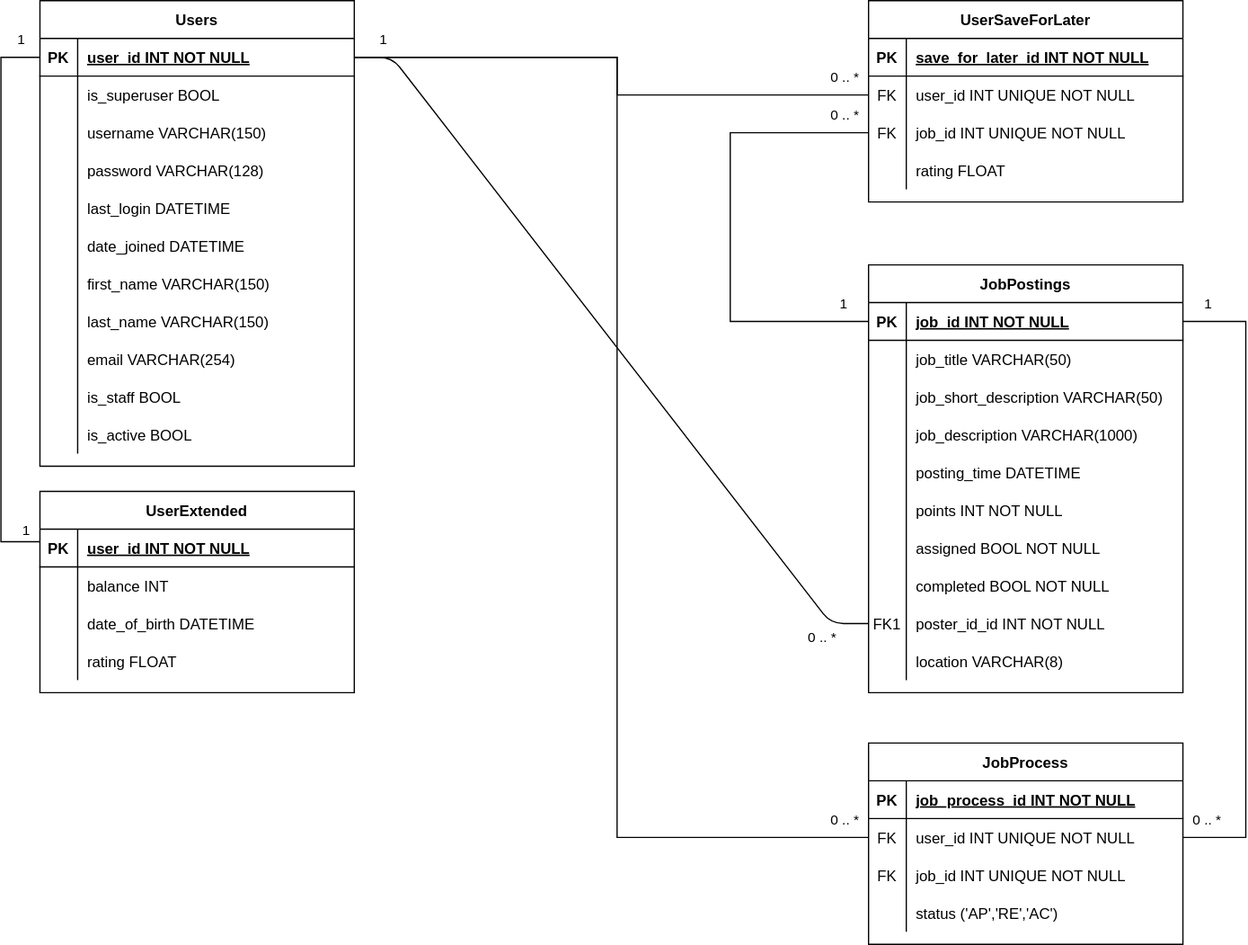
This is Aidoo_db.drawio.svg from o-brand/aidoo, a draw.io export, as it was before one commit. Source tidied: cells renumbered, new cells last; positions are measured from the earlier drawing's top-left corner, leaving out a move shared by most shapes.
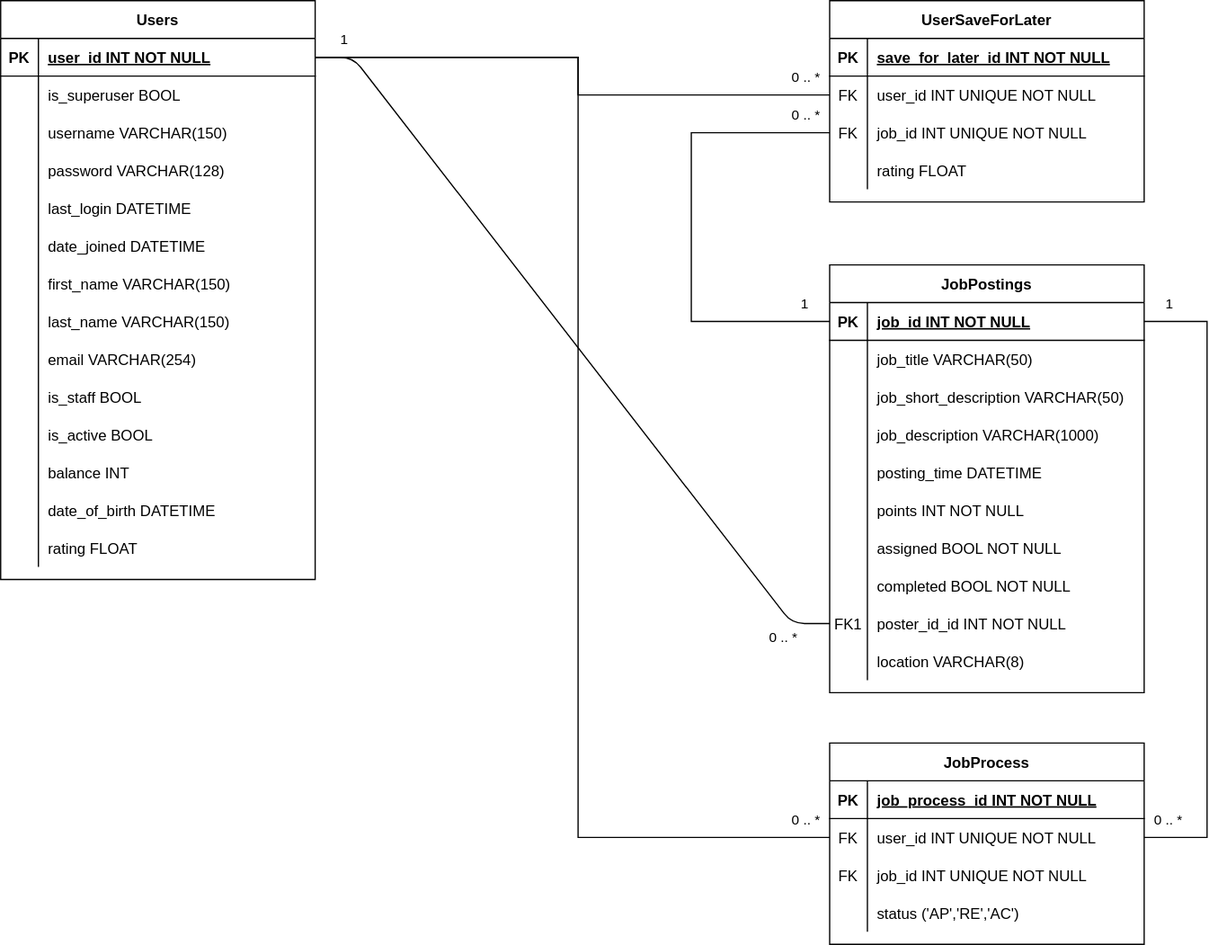
Above is the later version.

Commit message:
unified user table in UML

What changed in the source:
```diff
@@ -109,7 +109,7 @@
       <mxGeometry x="30" width="220" height="30" as="geometry" />
     </mxCell>
     <mxCell id="36" value="Users" style="shape=table;startSize=30;rowLines=0;fontStyle=1;align=center;" parent="1" vertex="1">
-      <mxGeometry x="31" width="250" height="370" as="geometry" />
+      <mxGeometry x="31" width="250" height="460" as="geometry" />
     </mxCell>
     <mxCell id="37" style="shape=partialRectangle;fillColor=none;points=[[0,0.5],[1,0.5]];portConstraint=eastwest;top=0;left=0;right=0;bottom=1;" parent="36" vertex="1">
       <mxGeometry y="30" width="250" height="30" as="geometry" />
@@ -210,20 +210,8 @@
     <mxCell id="69" value="is_active BOOL" style="shape=partialRectangle;overflow=hidden;fillColor=none;top=0;left=0;bottom=0;right=0;align=left;spacingLeft=6;" parent="67" vertex="1">
       <mxGeometry x="30" width="220" height="30" as="geometry" />
     </mxCell>
-    <mxCell id="70" value="UserExtended" style="shape=table;startSize=30;rowLines=0;fontStyle=1;align=center;" parent="1" vertex="1">
-      <mxGeometry x="31" y="390" width="250" height="160" as="geometry" />
-    </mxCell>
-    <mxCell id="71" style="shape=partialRectangle;fillColor=none;top=0;left=0;right=0;bottom=1;" parent="70" vertex="1">
-      <mxGeometry y="30" width="250" height="30" as="geometry" />
-    </mxCell>
-    <mxCell id="72" value="PK" style="shape=partialRectangle;overflow=hidden;fillColor=none;top=0;left=0;bottom=0;right=0;fontStyle=1;" parent="71" vertex="1">
-      <mxGeometry width="30" height="30" as="geometry" />
-    </mxCell>
-    <mxCell id="73" value="user_id INT NOT NULL " style="shape=partialRectangle;overflow=hidden;fillColor=none;top=0;left=0;bottom=0;right=0;align=left;spacingLeft=6;fontStyle=5;" parent="71" vertex="1">
-      <mxGeometry x="30" width="220" height="30" as="geometry" />
-    </mxCell>
-    <mxCell id="74" style="shape=partialRectangle;fillColor=none;top=0;left=0;right=0;bottom=0;" parent="70" vertex="1">
-      <mxGeometry y="60" width="250" height="30" as="geometry" />
+    <mxCell id="74" style="shape=partialRectangle;fillColor=none;top=0;left=0;right=0;bottom=0;" parent="36" vertex="1">
+      <mxGeometry y="360" width="250" height="30" as="geometry" />
     </mxCell>
     <mxCell id="75" style="shape=partialRectangle;overflow=hidden;fillColor=none;top=0;left=0;bottom=0;right=0;" parent="74" vertex="1">
       <mxGeometry width="30" height="30" as="geometry" />
@@ -231,8 +219,8 @@
     <mxCell id="76" value="balance INT" style="shape=partialRectangle;overflow=hidden;fillColor=none;top=0;left=0;bottom=0;right=0;align=left;spacingLeft=6;" parent="74" vertex="1">
       <mxGeometry x="30" width="220" height="30" as="geometry" />
     </mxCell>
-    <mxCell id="77" style="shape=partialRectangle;fillColor=none;top=0;left=0;right=0;bottom=0;" parent="70" vertex="1">
-      <mxGeometry y="90" width="250" height="30" as="geometry" />
+    <mxCell id="77" style="shape=partialRectangle;fillColor=none;top=0;left=0;right=0;bottom=0;" parent="36" vertex="1">
+      <mxGeometry y="390" width="250" height="30" as="geometry" />
     </mxCell>
     <mxCell id="78" style="shape=partialRectangle;overflow=hidden;fillColor=none;top=0;left=0;bottom=0;right=0;" parent="77" vertex="1">
       <mxGeometry width="30" height="30" as="geometry" />
@@ -240,8 +228,8 @@
     <mxCell id="79" value="date_of_birth DATETIME" style="shape=partialRectangle;overflow=hidden;fillColor=none;top=0;left=0;bottom=0;right=0;align=left;spacingLeft=6;" parent="77" vertex="1">
       <mxGeometry x="30" width="220" height="30" as="geometry" />
     </mxCell>
-    <mxCell id="80" style="shape=partialRectangle;fillColor=none;top=0;left=0;right=0;bottom=0;" parent="70" vertex="1">
-      <mxGeometry y="120" width="250" height="30" as="geometry" />
+    <mxCell id="80" style="shape=partialRectangle;fillColor=none;top=0;left=0;right=0;bottom=0;" parent="36" vertex="1">
+      <mxGeometry y="420" width="250" height="30" as="geometry" />
     </mxCell>
     <mxCell id="81" style="shape=partialRectangle;overflow=hidden;fillColor=none;top=0;left=0;bottom=0;right=0;" parent="80" vertex="1">
       <mxGeometry width="30" height="30" as="geometry" />
@@ -249,24 +237,6 @@
     <mxCell id="82" value="rating FLOAT" style="shape=partialRectangle;overflow=hidden;fillColor=none;top=0;left=0;bottom=0;right=0;align=left;spacingLeft=6;" parent="80" vertex="1">
       <mxGeometry x="30" width="220" height="30" as="geometry" />
     </mxCell>
-    <mxCell id="83" style="edgeStyle=orthogonalEdgeStyle;rounded=0;jettySize=auto;html=1;exitX=0;exitY=0.5;exitDx=0;exitDy=0;entryX=0;entryY=0.25;entryDx=0;entryDy=0;endArrow=none;endFill=0;" parent="1" edge="1" source="37" target="70">
-      <mxGeometry relative="1" as="geometry">
-        <Array as="points">
-          <mxPoint y="45" />
-          <mxPoint y="430" />
-        </Array>
-      </mxGeometry>
-    </mxCell>
-    <mxCell id="84" value="1" style="edgeLabel;html=1;align=center;verticalAlign=middle;" parent="83" vertex="1">
-      <mxGeometry x="-0.93" y="-1" relative="1" as="geometry">
-        <mxPoint y="-14" as="offset" />
-      </mxGeometry>
-    </mxCell>
-    <mxCell id="85" value="1" style="edgeLabel;html=1;align=center;verticalAlign=middle;" parent="83" vertex="1">
-      <mxGeometry x="0.95" y="-2" relative="1" as="geometry">
-        <mxPoint y="-12" as="offset" />
-      </mxGeometry>
-    </mxCell>
     <mxCell id="86" value="UserSaveForLater" style="shape=table;startSize=30;rowLines=0;fontStyle=1;align=center;" parent="1" vertex="1">
       <mxGeometry x="690" width="250" height="160" as="geometry" />
     </mxCell>
```
